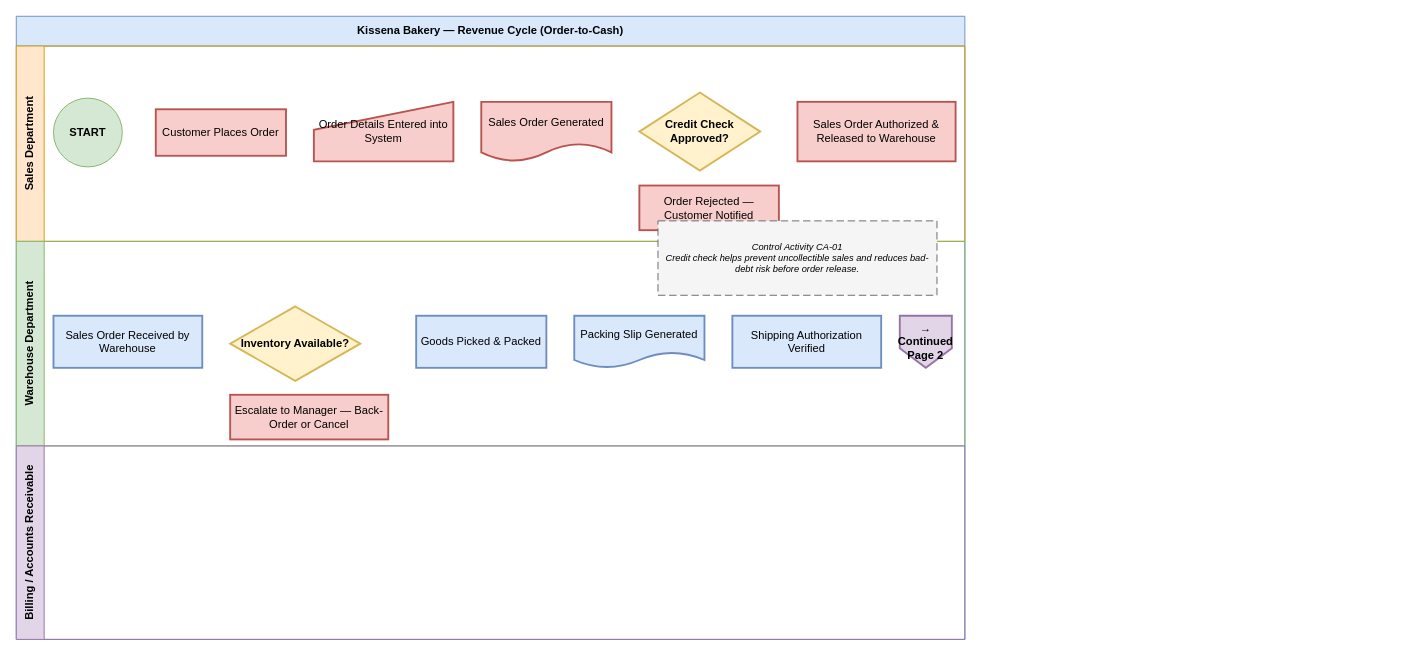
Earlier version of the draw.io diagram page "Page 1" (1 of 2) of Revenue_Cycle_Controls.drawio (JinjieG0314/drawio). Source tidied: cells renumbered, new cells numbered last; positions are measured from the earlier drawing's top-left corner, leaving out a move shared by most shapes. Both pictures are drawn from the tidied source at 93%, with x=0, y=0 at pixel (16, 16).
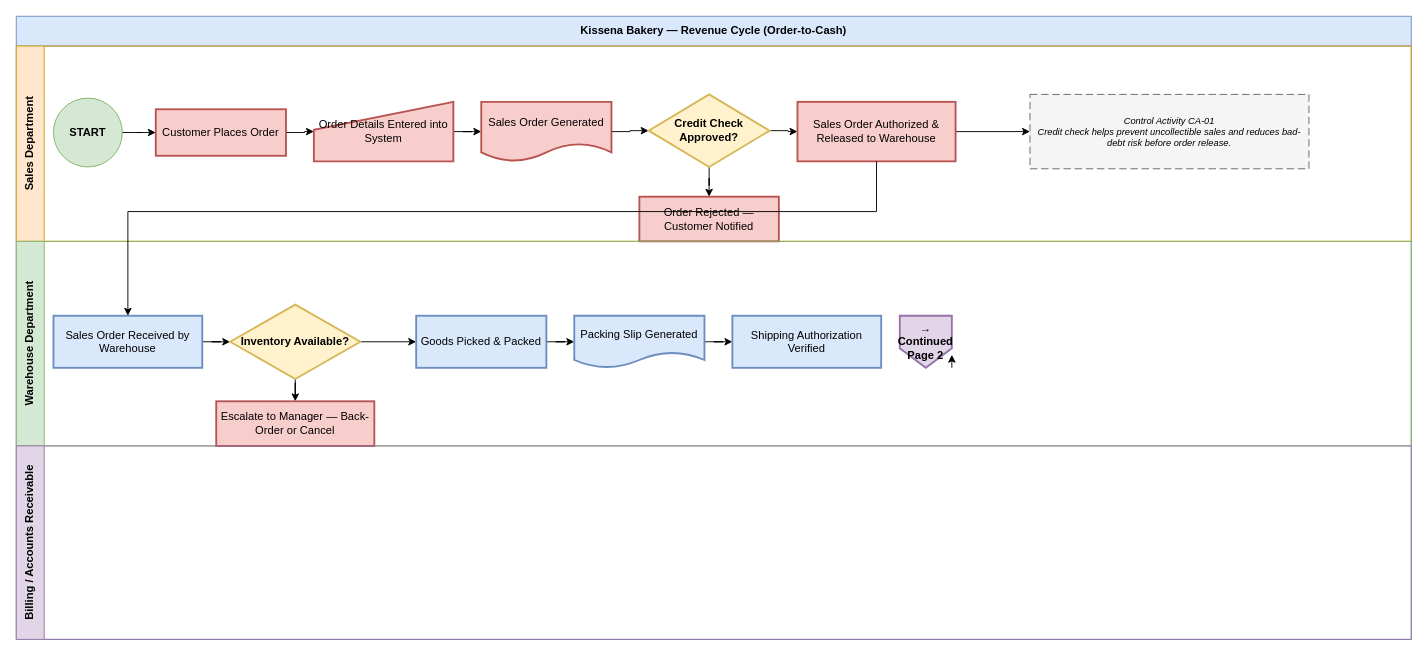
The same page after the edit.

Unchanged cells that the change refers to:
```xml
<mxCell id="6" value="START" style="ellipse;whiteSpace=wrap;html=1;fillColor=#d5e8d4;strokeColor=#82b366;fontStyle=1;" parent="3" vertex="1">
  <mxGeometry x="40" y="56" width="74" height="74" as="geometry" />
</mxCell>
<mxCell id="7" value="Customer Places Order" style="rounded=0;whiteSpace=wrap;html=1;fillColor=#f8cecc;strokeColor=#b85450;strokeWidth=2;" parent="3" vertex="1">
  <mxGeometry x="150" y="68" width="140" height="50" as="geometry" />
</mxCell>
<mxCell id="8" value="Order Details Entered into System" style="shape=manualInput;whiteSpace=wrap;html=1;fillColor=#f8cecc;strokeColor=#b85450;strokeWidth=2;" parent="3" vertex="1">
  <mxGeometry x="320" y="60" width="150" height="64" as="geometry" />
</mxCell>
<mxCell id="9" value="Sales Order Generated" style="shape=document;whiteSpace=wrap;html=1;boundedLbl=1;fillColor=#f8cecc;strokeColor=#b85450;strokeWidth=2;" parent="3" vertex="1">
  <mxGeometry x="500" y="60" width="140" height="64" as="geometry" />
</mxCell>
<mxCell id="12" value="Sales Order Authorized &amp; Released to Warehouse" style="rounded=0;whiteSpace=wrap;html=1;fillColor=#f8cecc;strokeColor=#b85450;strokeWidth=2;" parent="3" vertex="1">
  <mxGeometry x="840" y="60" width="170" height="64" as="geometry" />
</mxCell>
<mxCell id="13" value="Sales Order Received by Warehouse" style="rounded=0;whiteSpace=wrap;html=1;fillColor=#dae8fc;strokeColor=#6c8ebf;strokeWidth=2;" parent="4" vertex="1">
  <mxGeometry x="40" y="80" width="160" height="56" as="geometry" />
</mxCell>
<mxCell id="16" value="Goods Picked &amp; Packed" style="rounded=0;whiteSpace=wrap;html=1;fillColor=#dae8fc;strokeColor=#6c8ebf;strokeWidth=2;" parent="4" vertex="1">
  <mxGeometry x="430" y="80" width="140" height="56" as="geometry" />
</mxCell>
<mxCell id="17" value="Packing Slip Generated" style="shape=document;whiteSpace=wrap;html=1;boundedLbl=1;fillColor=#dae8fc;strokeColor=#6c8ebf;strokeWidth=2;" parent="4" vertex="1">
  <mxGeometry x="600" y="80" width="140" height="56" as="geometry" />
</mxCell>
<mxCell id="18" value="Shipping Authorization Verified" style="rounded=0;whiteSpace=wrap;html=1;fillColor=#dae8fc;strokeColor=#6c8ebf;strokeWidth=2;" parent="4" vertex="1">
  <mxGeometry x="770" y="80" width="160" height="56" as="geometry" />
</mxCell>
<mxCell id="19" value="→ Continued Page 2" style="shape=offPageConnector;whiteSpace=wrap;html=1;fillColor=#e1d5e7;strokeColor=#9673a6;strokeWidth=2;fontStyle=1;" parent="4" vertex="1">
  <mxGeometry x="950" y="80" width="56" height="56" as="geometry" />
</mxCell>
```

Diff of the diagram source:
```diff
@@
     <mxCell id="2" value="Kissena Bakery — Revenue Cycle (Order-to-Cash)" style="swimlane;startSize=32;horizontal=1;whiteSpace=wrap;html=1;fillColor=#dae8fc;strokeColor=#6c8ebf;fontStyle=1;" parent="1" vertex="1">
-      <mxGeometry width="1020" height="670" as="geometry" />
+      <mxGeometry width="1500" height="670" as="geometry" />
     </mxCell>
     <mxCell id="3" value="Sales Department" style="swimlane;startSize=30;horizontal=0;whiteSpace=wrap;html=1;fillColor=#ffe6cc;strokeColor=#d79b00;fontStyle=1;" parent="2" vertex="1">
-      <mxGeometry y="32" width="1020" height="210" as="geometry" />
+      <mxGeometry y="32" width="1500" height="210" as="geometry" />
     </mxCell>
-    <mxCell id="4" value="Warehouse Department" style="swimlane;startSize=30;horizontal=0;whiteSpace=wrap;html=1;fillColor=#d5e8d4;strokeColor=#82b366;fontStyle=1;" parent="2" vertex="1">
-      <mxGeometry y="242" width="1020" height="220" as="geometry" />
-    </mxCell>
-    <mxCell id="5" value="Billing / Accounts Receivable" style="swimlane;startSize=30;horizontal=0;whiteSpace=wrap;html=1;fillColor=#e1d5e7;strokeColor=#9673a6;fontStyle=1;" parent="2" vertex="1">
-      <mxGeometry y="462" width="1020" height="208" as="geometry" />
-    </mxCell>
+    <mxCell id="21" style="edgeStyle=orthogonalEdgeStyle;rounded=0;jettySize=auto;html=1;" parent="3" edge="1" source="6" target="7">
+      <mxGeometry relative="1" as="geometry" />
+    </mxCell>
@@
+    <mxCell id="22" style="edgeStyle=orthogonalEdgeStyle;rounded=0;jettySize=auto;html=1;" parent="3" edge="1" source="7" target="8">
+      <mxGeometry relative="1" as="geometry" />
+    </mxCell>
@@
+    <mxCell id="23" style="edgeStyle=orthogonalEdgeStyle;rounded=0;jettySize=auto;html=1;" parent="3" edge="1" source="8" target="9">
+      <mxGeometry relative="1" as="geometry" />
+    </mxCell>
@@
+    <mxCell id="24" style="edgeStyle=orthogonalEdgeStyle;rounded=0;jettySize=auto;html=1;" parent="3" edge="1" source="9" target="10">
+      <mxGeometry relative="1" as="geometry" />
+    </mxCell>
@@
+    <mxCell id="25" style="edgeStyle=orthogonalEdgeStyle;rounded=0;jettySize=auto;html=1;" parent="3" edge="1" source="10" target="12">
+      <mxGeometry relative="1" as="geometry" />
+    </mxCell>
+    <mxCell id="26" style="edgeStyle=orthogonalEdgeStyle;rounded=0;jettySize=auto;html=1;" parent="3" edge="1" source="10" target="11">
+      <mxGeometry relative="1" as="geometry" />
+    </mxCell>
     <mxCell id="10" value="Credit Check Approved?" style="rhombus;whiteSpace=wrap;html=1;fillColor=#fff2cc;strokeColor=#d6b656;strokeWidth=2;fontStyle=1;" parent="3" vertex="1">
-      <mxGeometry x="670" y="50" width="130" height="84" as="geometry" />
+      <mxGeometry x="680" y="52" width="130" height="78" as="geometry" />
     </mxCell>
     <mxCell id="11" value="Order Rejected — Customer Notified" style="rounded=0;whiteSpace=wrap;html=1;fillColor=#f8cecc;strokeColor=#b85450;strokeWidth=2;" parent="3" vertex="1">
-      <mxGeometry x="670" y="150" width="150" height="48" as="geometry" />
+      <mxGeometry x="670" y="162" width="150" height="48" as="geometry" />
     </mxCell>
+    <mxCell id="27" style="edgeStyle=orthogonalEdgeStyle;rounded=0;jettySize=auto;html=1;shape=filledEdge;" parent="3" edge="1" source="12" target="20">
+      <mxGeometry relative="1" as="geometry" />
+    </mxCell>
@@
+    <mxCell id="20" value="Control Activity CA-01&#10;Credit check helps prevent uncollectible sales and reduces bad-debt risk before order release." style="rounded=0;whiteSpace=wrap;html=1;dashed=1;dashPattern=8 4;fillColor=#f5f5f5;strokeColor=#666666;fontStyle=2;fontSize=10;" parent="3" vertex="1">
+      <mxGeometry x="1090" y="52" width="300" height="80" as="geometry" />
+    </mxCell>
+    <mxCell id="4" value="Warehouse Department" style="swimlane;startSize=30;horizontal=0;whiteSpace=wrap;html=1;fillColor=#d5e8d4;strokeColor=#82b366;fontStyle=1;" parent="2" vertex="1">
+      <mxGeometry y="242" width="1500" height="220" as="geometry" />
+    </mxCell>
+    <mxCell id="28" style="edgeStyle=orthogonalEdgeStyle;rounded=0;jettySize=auto;html=1;" parent="4" edge="1" source="13" target="14">
+      <mxGeometry relative="1" as="geometry" />
+    </mxCell>
@@
+    <mxCell id="29" style="edgeStyle=orthogonalEdgeStyle;rounded=0;jettySize=auto;html=1;" parent="4" edge="1" source="14" target="16">
+      <mxGeometry relative="1" as="geometry" />
+    </mxCell>
+    <mxCell id="30" style="edgeStyle=orthogonalEdgeStyle;rounded=0;jettySize=auto;html=1;" parent="4" edge="1" source="14" target="15">
+      <mxGeometry relative="1" as="geometry" />
+    </mxCell>
     <mxCell id="14" value="Inventory Available?" style="rhombus;whiteSpace=wrap;html=1;fillColor=#fff2cc;strokeColor=#d6b656;strokeWidth=2;fontStyle=1;" parent="4" vertex="1">
-      <mxGeometry x="230" y="70" width="140" height="80" as="geometry" />
+      <mxGeometry x="230" y="68" width="140" height="80" as="geometry" />
     </mxCell>
     <mxCell id="15" value="Escalate to Manager — Back-Order or Cancel" style="rounded=0;whiteSpace=wrap;html=1;fillColor=#f8cecc;strokeColor=#b85450;strokeWidth=2;" parent="4" vertex="1">
-      <mxGeometry x="230" y="165" width="170" height="48" as="geometry" />
+      <mxGeometry x="215" y="172" width="170" height="48" as="geometry" />
     </mxCell>
+    <mxCell id="31" style="edgeStyle=orthogonalEdgeStyle;rounded=0;jettySize=auto;html=1;" parent="4" edge="1" source="16" target="17">
+      <mxGeometry relative="1" as="geometry" />
+    </mxCell>
@@
+    <mxCell id="32" style="edgeStyle=orthogonalEdgeStyle;rounded=0;jettySize=auto;html=1;" parent="4" edge="1" source="17" target="18">
+      <mxGeometry relative="1" as="geometry" />
+    </mxCell>
@@
-    <mxCell id="20" value="Control Activity CA-01&#10;Credit check helps prevent uncollectible sales and reduces bad-debt risk before order release." style="rounded=0;whiteSpace=wrap;html=1;dashed=1;dashPattern=8 4;fillColor=#f5f5f5;strokeColor=#666666;fontStyle=2;fontSize=10;" parent="1" vertex="1">
-      <mxGeometry x="690" y="220" width="300" height="80" as="geometry" />
-    </mxCell>
+    <mxCell id="33" style="edgeStyle=orthogonalEdgeStyle;rounded=0;orthogonalLoop=1;jettySize=auto;html=1;exitX=1;exitY=1;exitDx=0;exitDy=0;entryX=1;entryY=0.75;entryDx=0;entryDy=0;" parent="4" edge="1" source="19" target="19">
+      <mxGeometry relative="1" as="geometry" />
+    </mxCell>
+    <mxCell id="5" value="Billing / Accounts Receivable" style="swimlane;startSize=30;horizontal=0;whiteSpace=wrap;html=1;fillColor=#e1d5e7;strokeColor=#9673a6;fontStyle=1;" parent="2" vertex="1">
+      <mxGeometry y="462" width="1500" height="208" as="geometry" />
+    </mxCell>
+    <mxCell id="34" style="edgeStyle=orthogonalEdgeStyle;rounded=0;jettySize=auto;html=1;entryX=0.5;entryY=0;entryDx=0;entryDy=0;" parent="2" edge="1" source="12" target="13">
+      <mxGeometry relative="1" as="geometry">
+        <Array as="points">
+          <mxPoint x="925" y="210" />
+          <mxPoint x="120" y="210" />
+        </Array>
+      </mxGeometry>
+    </mxCell>
```
